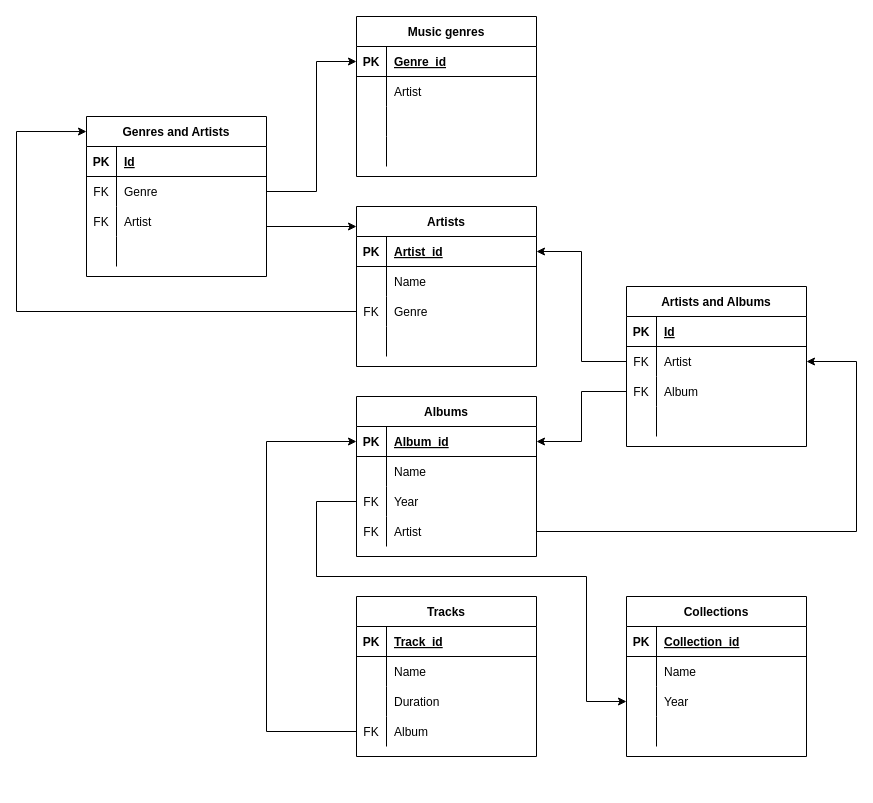
Earlier version of the draw.io diagram Диаграмма без названия.drawio (jolshin/hw15). Source tidied: cells renumbered, new cells numbered last; positions are measured from the earlier drawing's top-left corner, leaving out a move shared by most shapes. Both pictures are drawn from the tidied source at 100%, with x=0, y=0 at pixel (16, 16).
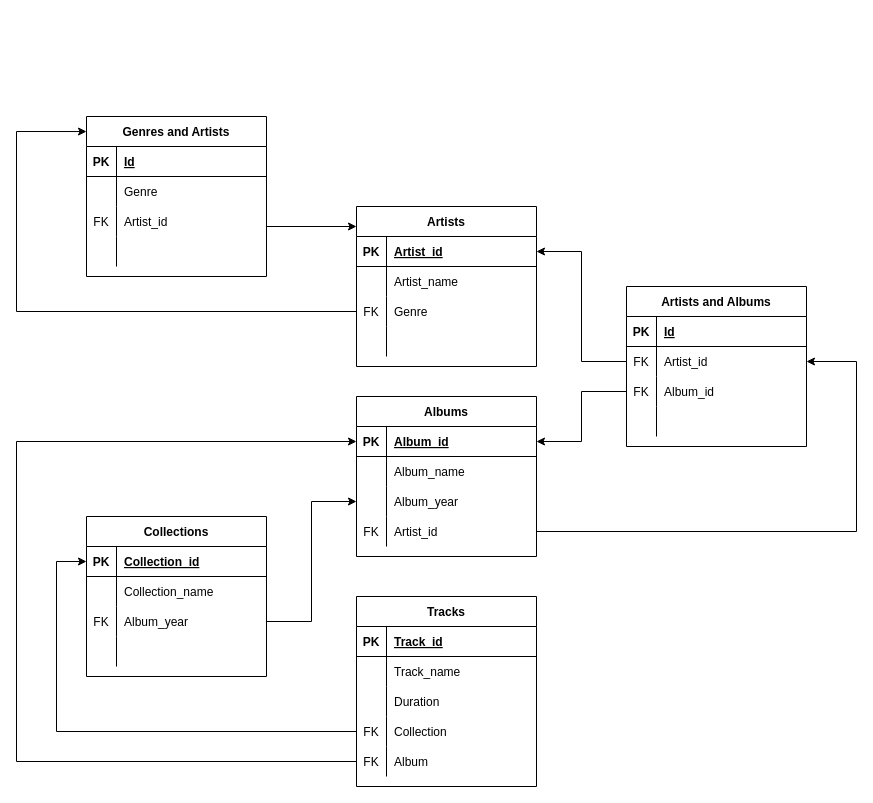
After the change.

The change refers to these unchanged cells:
```xml
<mxCell id="19" style="shape=tableRow;horizontal=0;startSize=0;swimlaneHead=0;swimlaneBody=0;fillColor=none;top=0;left=0;right=0;bottom=0;" parent="15" vertex="1">
  <mxGeometry y="60" width="180" height="30" as="geometry" />
</mxCell>
<mxCell id="29" style="shape=tableRow;horizontal=0;startSize=0;swimlaneHead=0;swimlaneBody=0;fillColor=none;points=[[0,0.5],[1,0.5]];portConstraint=eastwest;top=0;left=0;right=0;bottom=1;" parent="28" vertex="1">
  <mxGeometry y="30" width="180" height="30" as="geometry" />
</mxCell>
<mxCell id="32" style="shape=tableRow;horizontal=0;startSize=0;swimlaneHead=0;swimlaneBody=0;fillColor=none;top=0;left=0;right=0;bottom=0;" parent="28" vertex="1">
  <mxGeometry y="60" width="180" height="30" as="geometry" />
</mxCell>
<mxCell id="35" style="shape=tableRow;horizontal=0;startSize=0;swimlaneHead=0;swimlaneBody=0;fillColor=none;points=[[0,0.5],[1,0.5]];portConstraint=eastwest;top=0;left=0;right=0;bottom=0;" parent="28" vertex="1">
  <mxGeometry y="90" width="180" height="30" as="geometry" />
</mxCell>
<mxCell id="38" style="shape=tableRow;horizontal=0;startSize=0;swimlaneHead=0;swimlaneBody=0;fillColor=none;points=[[0,0.5],[1,0.5]];portConstraint=eastwest;top=0;left=0;right=0;bottom=0;" parent="28" vertex="1">
  <mxGeometry y="120" width="180" height="30" as="geometry" />
</mxCell>
<mxCell id="45" style="shape=tableRow;horizontal=0;startSize=0;swimlaneHead=0;swimlaneBody=0;fillColor=none;top=0;left=0;right=0;bottom=0;" parent="41" vertex="1">
  <mxGeometry y="60" width="180" height="30" as="geometry" />
</mxCell>
<mxCell id="51" style="shape=tableRow;horizontal=0;startSize=0;swimlaneHead=0;swimlaneBody=0;fillColor=none;points=[[0,0.5],[1,0.5]];portConstraint=eastwest;top=0;left=0;right=0;bottom=0;" parent="41" vertex="1">
  <mxGeometry y="120" width="180" height="30" as="geometry" />
</mxCell>
<mxCell id="59" style="shape=tableRow;horizontal=0;startSize=0;swimlaneHead=0;swimlaneBody=0;fillColor=none;points=[[0,0.5],[1,0.5]];portConstraint=eastwest;top=0;left=0;right=0;bottom=0;" parent="55" vertex="1">
  <mxGeometry y="60" width="180" height="30" as="geometry" />
</mxCell>
<mxCell id="62" style="shape=tableRow;horizontal=0;startSize=0;swimlaneHead=0;swimlaneBody=0;fillColor=none;points=[[0,0.5],[1,0.5]];portConstraint=eastwest;top=0;left=0;right=0;bottom=0;" parent="55" vertex="1">
  <mxGeometry y="90" width="180" height="30" as="geometry" />
</mxCell>
<mxCell id="75" style="shape=tableRow;horizontal=0;startSize=0;swimlaneHead=0;swimlaneBody=0;fillColor=none;points=[[0,0.5],[1,0.5]];portConstraint=eastwest;top=0;left=0;right=0;bottom=0;" parent="71" vertex="1">
  <mxGeometry y="60" width="180" height="30" as="geometry" />
</mxCell>
<mxCell id="78" style="shape=tableRow;horizontal=0;startSize=0;swimlaneHead=0;swimlaneBody=0;fillColor=none;points=[[0,0.5],[1,0.5]];portConstraint=eastwest;top=0;left=0;right=0;bottom=0;" parent="71" vertex="1">
  <mxGeometry y="90" width="180" height="30" as="geometry" />
</mxCell>
<mxCell id="88" style="shape=tableRow;horizontal=0;startSize=0;swimlaneHead=0;swimlaneBody=0;fillColor=none;points=[[0,0.5],[1,0.5]];portConstraint=eastwest;top=0;left=0;right=0;bottom=1;" parent="87" vertex="1">
  <mxGeometry y="30" width="180" height="30" as="geometry" />
</mxCell>
<mxCell id="91" style="shape=tableRow;horizontal=0;startSize=0;swimlaneHead=0;swimlaneBody=0;fillColor=none;top=0;left=0;right=0;bottom=0;" parent="87" vertex="1">
  <mxGeometry y="60" width="180" height="30" as="geometry" />
</mxCell>
<mxCell id="94" style="shape=tableRow;horizontal=0;startSize=0;swimlaneHead=0;swimlaneBody=0;fillColor=none;points=[[0,0.5],[1,0.5]];portConstraint=eastwest;top=0;left=0;right=0;bottom=0;" parent="87" vertex="1">
  <mxGeometry y="90" width="180" height="30" as="geometry" />
</mxCell>
```

Change to the diagram source:
```diff
@@
-    <mxCell id="2" value="Music genres" style="shape=table;startSize=30;childLayout=tableLayout;rowLines=0;fontStyle=1;align=center;" parent="1" vertex="1">
-      <mxGeometry x="340" width="180" height="160" as="geometry" />
-    </mxCell>
-    <mxCell id="3" style="shape=tableRow;horizontal=0;startSize=0;swimlaneHead=0;swimlaneBody=0;fillColor=none;points=[[0,0.5],[1,0.5]];portConstraint=eastwest;top=0;left=0;right=0;bottom=1;" parent="2" vertex="1">
-      <mxGeometry y="30" width="180" height="30" as="geometry" />
-    </mxCell>
-    <mxCell id="4" value="PK" style="shape=partialRectangle;fillColor=none;top=0;left=0;bottom=0;right=0;fontStyle=1;overflow=hidden;" parent="3" vertex="1">
-      <mxGeometry width="30" height="30" as="geometry" />
-    </mxCell>
-    <mxCell id="5" value="Genre_id" style="shape=partialRectangle;fillColor=none;top=0;left=0;bottom=0;right=0;align=left;spacingLeft=6;fontStyle=5;overflow=hidden;" parent="3" vertex="1">
-      <mxGeometry x="30" width="150" height="30" as="geometry" />
-    </mxCell>
-    <mxCell id="6" style="shape=tableRow;horizontal=0;startSize=0;swimlaneHead=0;swimlaneBody=0;fillColor=none;top=0;left=0;right=0;bottom=0;" parent="2" vertex="1">
-      <mxGeometry y="60" width="180" height="30" as="geometry" />
-    </mxCell>
-    <mxCell id="7" style="shape=partialRectangle;fillColor=none;top=0;left=0;bottom=0;right=0;overflow=hidden;" parent="6" vertex="1">
-      <mxGeometry width="30" height="30" as="geometry" />
-    </mxCell>
-    <mxCell id="8" value="Artist" style="shape=partialRectangle;fillColor=none;top=0;left=0;bottom=0;right=0;align=left;spacingLeft=6;overflow=hidden;" parent="6" vertex="1">
-      <mxGeometry x="30" width="150" height="30" as="geometry" />
-    </mxCell>
-    <mxCell id="9" style="shape=tableRow;horizontal=0;startSize=0;swimlaneHead=0;swimlaneBody=0;fillColor=none;top=0;left=0;right=0;bottom=0;" parent="2" vertex="1">
-      <mxGeometry y="90" width="180" height="30" as="geometry" />
-    </mxCell>
-    <mxCell id="10" style="shape=partialRectangle;fillColor=none;top=0;left=0;bottom=0;right=0;overflow=hidden;" parent="9" vertex="1">
-      <mxGeometry width="30" height="30" as="geometry" />
-    </mxCell>
-    <mxCell id="11" style="shape=partialRectangle;fillColor=none;top=0;left=0;bottom=0;right=0;align=left;spacingLeft=6;overflow=hidden;" parent="9" vertex="1">
-      <mxGeometry x="30" width="150" height="30" as="geometry" />
-    </mxCell>
-    <mxCell id="12" style="shape=tableRow;horizontal=0;startSize=0;swimlaneHead=0;swimlaneBody=0;fillColor=none;top=0;left=0;right=0;bottom=0;" parent="2" vertex="1">
-      <mxGeometry y="120" width="180" height="30" as="geometry" />
-    </mxCell>
-    <mxCell id="13" style="shape=partialRectangle;fillColor=none;top=0;left=0;bottom=0;right=0;overflow=hidden;" parent="12" vertex="1">
-      <mxGeometry width="30" height="30" as="geometry" />
-    </mxCell>
-    <mxCell id="14" style="shape=partialRectangle;fillColor=none;top=0;left=0;bottom=0;right=0;align=left;spacingLeft=6;overflow=hidden;" parent="12" vertex="1">
-      <mxGeometry x="30" width="150" height="30" as="geometry" />
-    </mxCell>
@@
-    <mxCell id="21" value="Name" style="shape=partialRectangle;fillColor=none;top=0;left=0;bottom=0;right=0;align=left;spacingLeft=6;overflow=hidden;" parent="19" vertex="1">
+    <mxCell id="21" value="Artist_name" style="shape=partialRectangle;fillColor=none;top=0;left=0;bottom=0;right=0;align=left;spacingLeft=6;overflow=hidden;" parent="19" vertex="1">
       <mxGeometry x="30" width="150" height="30" as="geometry" />
     </mxCell>
@@
-    <mxCell id="34" value="Name" style="shape=partialRectangle;fillColor=none;top=0;left=0;bottom=0;right=0;align=left;spacingLeft=6;overflow=hidden;" parent="32" vertex="1">
+    <mxCell id="34" value="Album_name" style="shape=partialRectangle;fillColor=none;top=0;left=0;bottom=0;right=0;align=left;spacingLeft=6;overflow=hidden;" parent="32" vertex="1">
       <mxGeometry x="30" width="150" height="30" as="geometry" />
     </mxCell>
@@
-    <mxCell id="36" value="FK" style="shape=partialRectangle;fillColor=none;top=0;left=0;bottom=0;right=0;overflow=hidden;" parent="35" vertex="1">
+    <mxCell id="36" style="shape=partialRectangle;fillColor=none;top=0;left=0;bottom=0;right=0;overflow=hidden;" parent="35" vertex="1">
       <mxGeometry width="30" height="30" as="geometry" />
     </mxCell>
-    <mxCell id="37" value="Year" style="shape=partialRectangle;fillColor=none;top=0;left=0;bottom=0;right=0;align=left;spacingLeft=6;overflow=hidden;" parent="35" vertex="1">
+    <mxCell id="37" value="Album_year" style="shape=partialRectangle;fillColor=none;top=0;left=0;bottom=0;right=0;align=left;spacingLeft=6;overflow=hidden;" parent="35" vertex="1">
       <mxGeometry x="30" width="150" height="30" as="geometry" />
     </mxCell>
@@
-    <mxCell id="40" value="Artist" style="shape=partialRectangle;fillColor=none;top=0;left=0;bottom=0;right=0;align=left;spacingLeft=6;overflow=hidden;" parent="38" vertex="1">
+    <mxCell id="40" value="Artist_id" style="shape=partialRectangle;fillColor=none;top=0;left=0;bottom=0;right=0;align=left;spacingLeft=6;overflow=hidden;" parent="38" vertex="1">
       <mxGeometry x="30" width="150" height="30" as="geometry" />
     </mxCell>
     <mxCell id="41" value="Tracks" style="shape=table;startSize=30;childLayout=tableLayout;rowLines=0;fontStyle=1;align=center;" parent="1" vertex="1">
-      <mxGeometry x="340" y="580" width="180" height="160" as="geometry" />
+      <mxGeometry x="340" y="580" width="180" height="190" as="geometry" />
     </mxCell>
@@
-    <mxCell id="47" value="Name" style="shape=partialRectangle;fillColor=none;top=0;left=0;bottom=0;right=0;align=left;spacingLeft=6;overflow=hidden;" parent="45" vertex="1">
+    <mxCell id="47" value="Track_name" style="shape=partialRectangle;fillColor=none;top=0;left=0;bottom=0;right=0;align=left;spacingLeft=6;overflow=hidden;" parent="45" vertex="1">
       <mxGeometry x="30" width="150" height="30" as="geometry" />
     </mxCell>
@@
-    <mxCell id="53" value="Album" style="shape=partialRectangle;fillColor=none;top=0;left=0;bottom=0;right=0;align=left;spacingLeft=6;overflow=hidden;" parent="51" vertex="1">
+    <mxCell id="53" value="Collection" style="shape=partialRectangle;fillColor=none;top=0;left=0;bottom=0;right=0;align=left;spacingLeft=6;overflow=hidden;" parent="51" vertex="1">
       <mxGeometry x="30" width="150" height="30" as="geometry" />
     </mxCell>
-    <mxCell id="54" style="edgeStyle=orthogonalEdgeStyle;rounded=0;jettySize=auto;html=1;exitX=0;exitY=0.5;exitDx=0;exitDy=0;entryX=0;entryY=0.5;entryDx=0;entryDy=0;" parent="1" edge="1" source="51" target="29">
-      <mxGeometry relative="1" as="geometry">
-        <Array as="points">
-          <mxPoint x="250" y="715" />
-          <mxPoint x="250" y="425" />
-        </Array>
-      </mxGeometry>
-    </mxCell>
+    <mxCell id="101" style="shape=tableRow;horizontal=0;startSize=0;swimlaneHead=0;swimlaneBody=0;fillColor=none;points=[[0,0.5],[1,0.5]];portConstraint=eastwest;top=0;left=0;right=0;bottom=0;" parent="41" vertex="1">
+      <mxGeometry y="150" width="180" height="30" as="geometry" />
+    </mxCell>
+    <mxCell id="102" value="FK" style="shape=partialRectangle;fillColor=none;top=0;left=0;bottom=0;right=0;overflow=hidden;" parent="101" vertex="1">
+      <mxGeometry width="30" height="30" as="geometry" />
+    </mxCell>
+    <mxCell id="103" value="Album" style="shape=partialRectangle;fillColor=none;top=0;left=0;bottom=0;right=0;align=left;spacingLeft=6;overflow=hidden;" parent="101" vertex="1">
+      <mxGeometry x="30" width="150" height="30" as="geometry" />
+    </mxCell>
@@
-    <mxCell id="60" value="FK" style="shape=partialRectangle;fillColor=none;top=0;left=0;bottom=0;right=0;overflow=hidden;" parent="59" vertex="1">
+    <mxCell id="60" style="shape=partialRectangle;fillColor=none;top=0;left=0;bottom=0;right=0;overflow=hidden;" parent="59" vertex="1">
       <mxGeometry width="30" height="30" as="geometry" />
     </mxCell>
@@
-    <mxCell id="64" value="Artist" style="shape=partialRectangle;fillColor=none;top=0;left=0;bottom=0;right=0;align=left;spacingLeft=6;overflow=hidden;" parent="62" vertex="1">
+    <mxCell id="64" value="Artist_id" style="shape=partialRectangle;fillColor=none;top=0;left=0;bottom=0;right=0;align=left;spacingLeft=6;overflow=hidden;" parent="62" vertex="1">
       <mxGeometry x="30" width="150" height="30" as="geometry" />
     </mxCell>
@@
-    <mxCell id="68" style="edgeStyle=orthogonalEdgeStyle;rounded=0;jettySize=auto;html=1;exitX=1;exitY=0.5;exitDx=0;exitDy=0;entryX=0;entryY=0.5;entryDx=0;entryDy=0;" parent="1" edge="1" source="59" target="3">
-      <mxGeometry relative="1" as="geometry">
-        <Array as="points">
-          <mxPoint x="300" y="175" />
-          <mxPoint x="300" y="45" />
-        </Array>
-      </mxGeometry>
-    </mxCell>
@@
-    <mxCell id="77" value="Artist" style="shape=partialRectangle;fillColor=none;top=0;left=0;bottom=0;right=0;align=left;spacingLeft=6;overflow=hidden;" parent="75" vertex="1">
+    <mxCell id="77" value="Artist_id" style="shape=partialRectangle;fillColor=none;top=0;left=0;bottom=0;right=0;align=left;spacingLeft=6;overflow=hidden;" parent="75" vertex="1">
       <mxGeometry x="30" width="150" height="30" as="geometry" />
     </mxCell>
@@
-    <mxCell id="80" value="Album" style="shape=partialRectangle;fillColor=none;top=0;left=0;bottom=0;right=0;align=left;spacingLeft=6;overflow=hidden;" parent="78" vertex="1">
+    <mxCell id="80" value="Album_id" style="shape=partialRectangle;fillColor=none;top=0;left=0;bottom=0;right=0;align=left;spacingLeft=6;overflow=hidden;" parent="78" vertex="1">
       <mxGeometry x="30" width="150" height="30" as="geometry" />
     </mxCell>
@@
     <mxCell id="87" value="Collections" style="shape=table;startSize=30;childLayout=tableLayout;rowLines=0;fontStyle=1;align=center;" parent="1" vertex="1">
-      <mxGeometry x="610" y="580" width="180" height="160" as="geometry" />
+      <mxGeometry x="70" y="500" width="180" height="160" as="geometry" />
     </mxCell>
@@
-    <mxCell id="93" value="Name" style="shape=partialRectangle;fillColor=none;top=0;left=0;bottom=0;right=0;align=left;spacingLeft=6;overflow=hidden;" parent="91" vertex="1">
+    <mxCell id="93" value="Collection_name" style="shape=partialRectangle;fillColor=none;top=0;left=0;bottom=0;right=0;align=left;spacingLeft=6;overflow=hidden;" parent="91" vertex="1">
       <mxGeometry x="30" width="150" height="30" as="geometry" />
     </mxCell>
@@
-    <mxCell id="95" style="shape=partialRectangle;fillColor=none;top=0;left=0;bottom=0;right=0;overflow=hidden;" parent="94" vertex="1">
+    <mxCell id="95" value="FK" style="shape=partialRectangle;fillColor=none;top=0;left=0;bottom=0;right=0;overflow=hidden;" parent="94" vertex="1">
       <mxGeometry width="30" height="30" as="geometry" />
     </mxCell>
-    <mxCell id="96" value="Year" style="shape=partialRectangle;fillColor=none;top=0;left=0;bottom=0;right=0;align=left;spacingLeft=6;overflow=hidden;" parent="94" vertex="1">
+    <mxCell id="96" value="Album_year" style="shape=partialRectangle;fillColor=none;top=0;left=0;bottom=0;right=0;align=left;spacingLeft=6;overflow=hidden;" parent="94" vertex="1">
       <mxGeometry x="30" width="150" height="30" as="geometry" />
     </mxCell>
@@
-    <mxCell id="100" style="edgeStyle=orthogonalEdgeStyle;rounded=0;jettySize=auto;html=1;exitX=0;exitY=0.5;exitDx=0;exitDy=0;entryX=0;entryY=0.5;entryDx=0;entryDy=0;" parent="1" edge="1" source="35" target="94">
-      <mxGeometry relative="1" as="geometry">
-        <Array as="points">
-          <mxPoint x="300" y="485" />
-          <mxPoint x="300" y="560" />
-          <mxPoint x="570" y="560" />
-          <mxPoint x="570" y="685" />
-        </Array>
-      </mxGeometry>
-    </mxCell>
+    <mxCell id="104" style="edgeStyle=orthogonalEdgeStyle;rounded=0;jettySize=auto;html=1;exitX=0;exitY=0.5;exitDx=0;exitDy=0;entryX=0;entryY=0.5;entryDx=0;entryDy=0;" parent="1" edge="1" source="101" target="29">
+      <mxGeometry relative="1" as="geometry">
+        <Array as="points">
+          <mxPoint y="745" />
+          <mxPoint y="425" />
+        </Array>
+      </mxGeometry>
+    </mxCell>
+    <mxCell id="105" style="edgeStyle=orthogonalEdgeStyle;rounded=0;jettySize=auto;html=1;exitX=0;exitY=0.5;exitDx=0;exitDy=0;entryX=0;entryY=0.5;entryDx=0;entryDy=0;" parent="1" edge="1" source="51" target="88">
+      <mxGeometry relative="1" as="geometry">
+        <Array as="points">
+          <mxPoint x="40" y="715" />
+          <mxPoint x="40" y="545" />
+        </Array>
+      </mxGeometry>
+    </mxCell>
+    <mxCell id="106" style="edgeStyle=orthogonalEdgeStyle;rounded=0;jettySize=auto;html=1;exitX=1;exitY=0.5;exitDx=0;exitDy=0;entryX=0;entryY=0.5;entryDx=0;entryDy=0;" parent="1" edge="1" source="94" target="35">
+      <mxGeometry relative="1" as="geometry" />
+    </mxCell>
```
